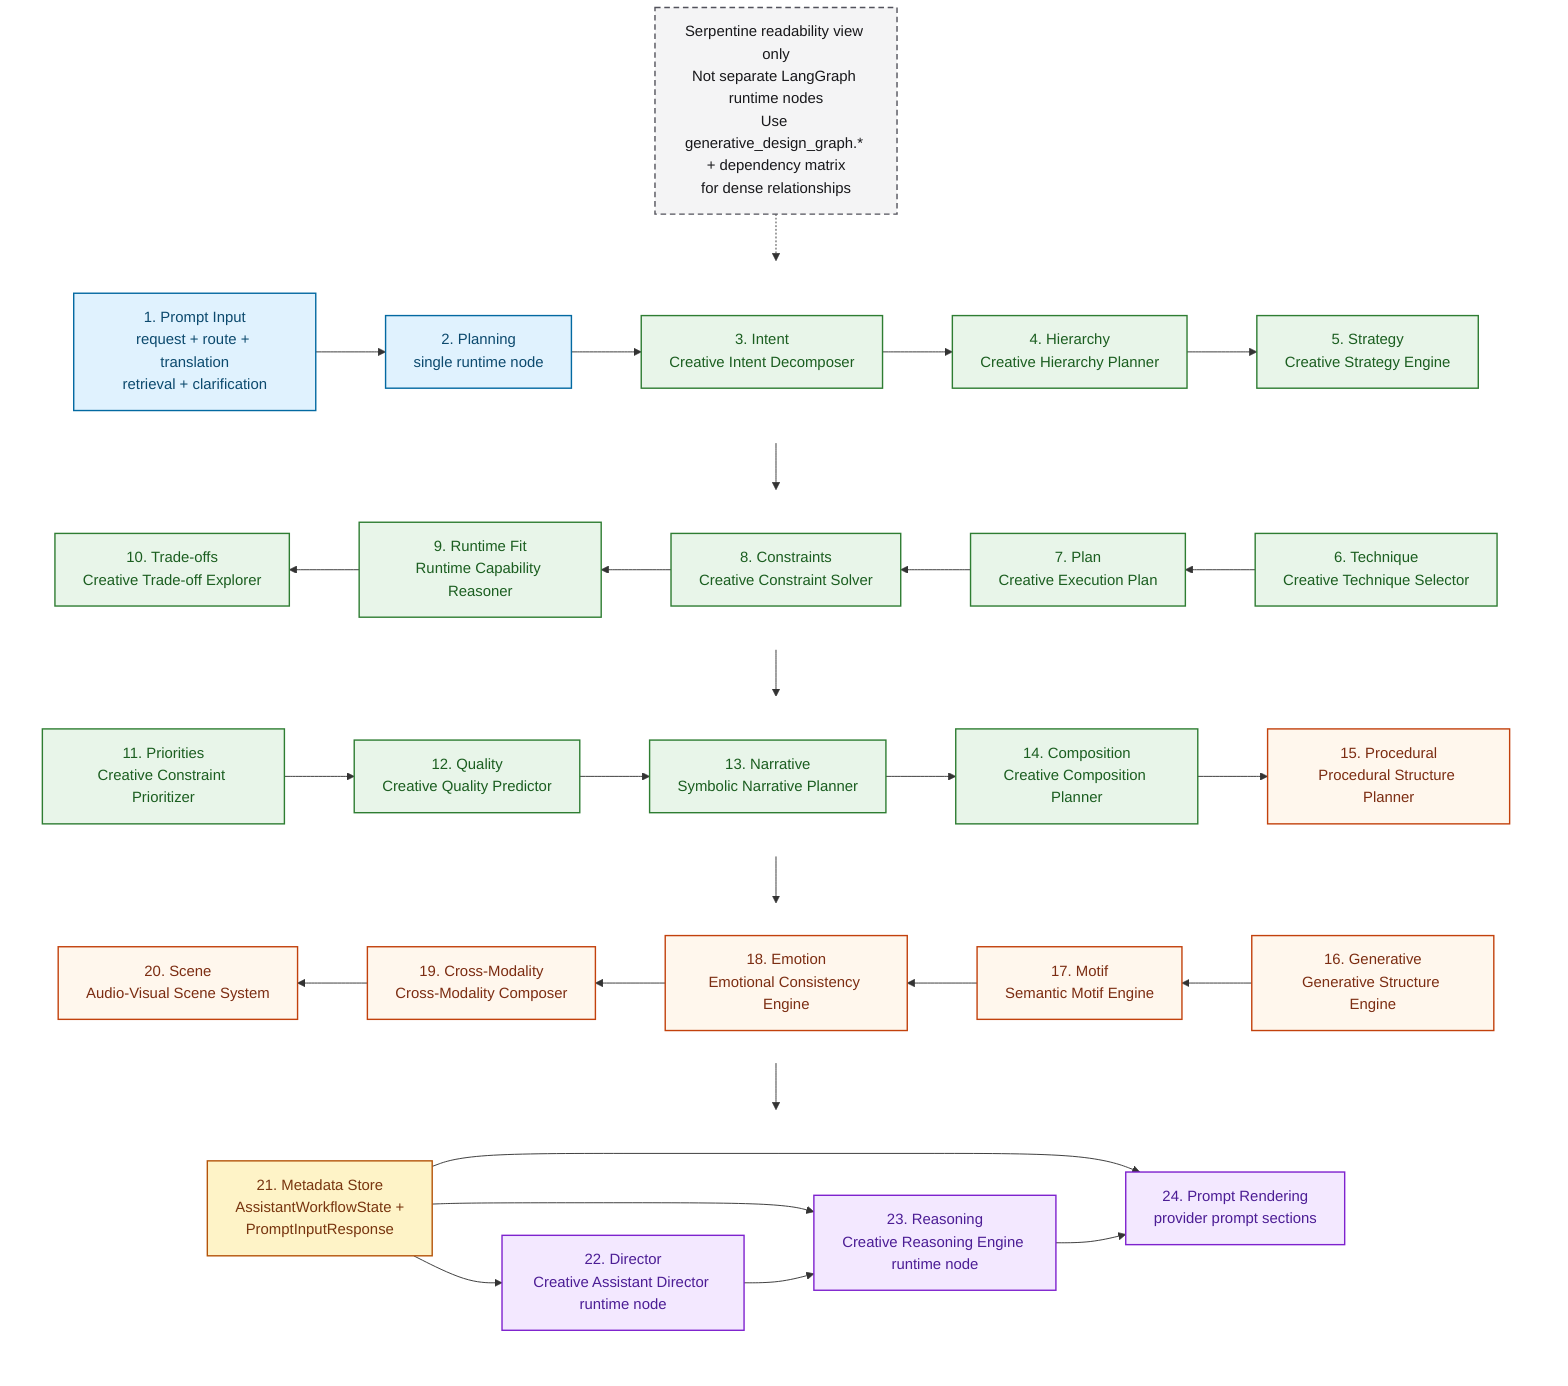
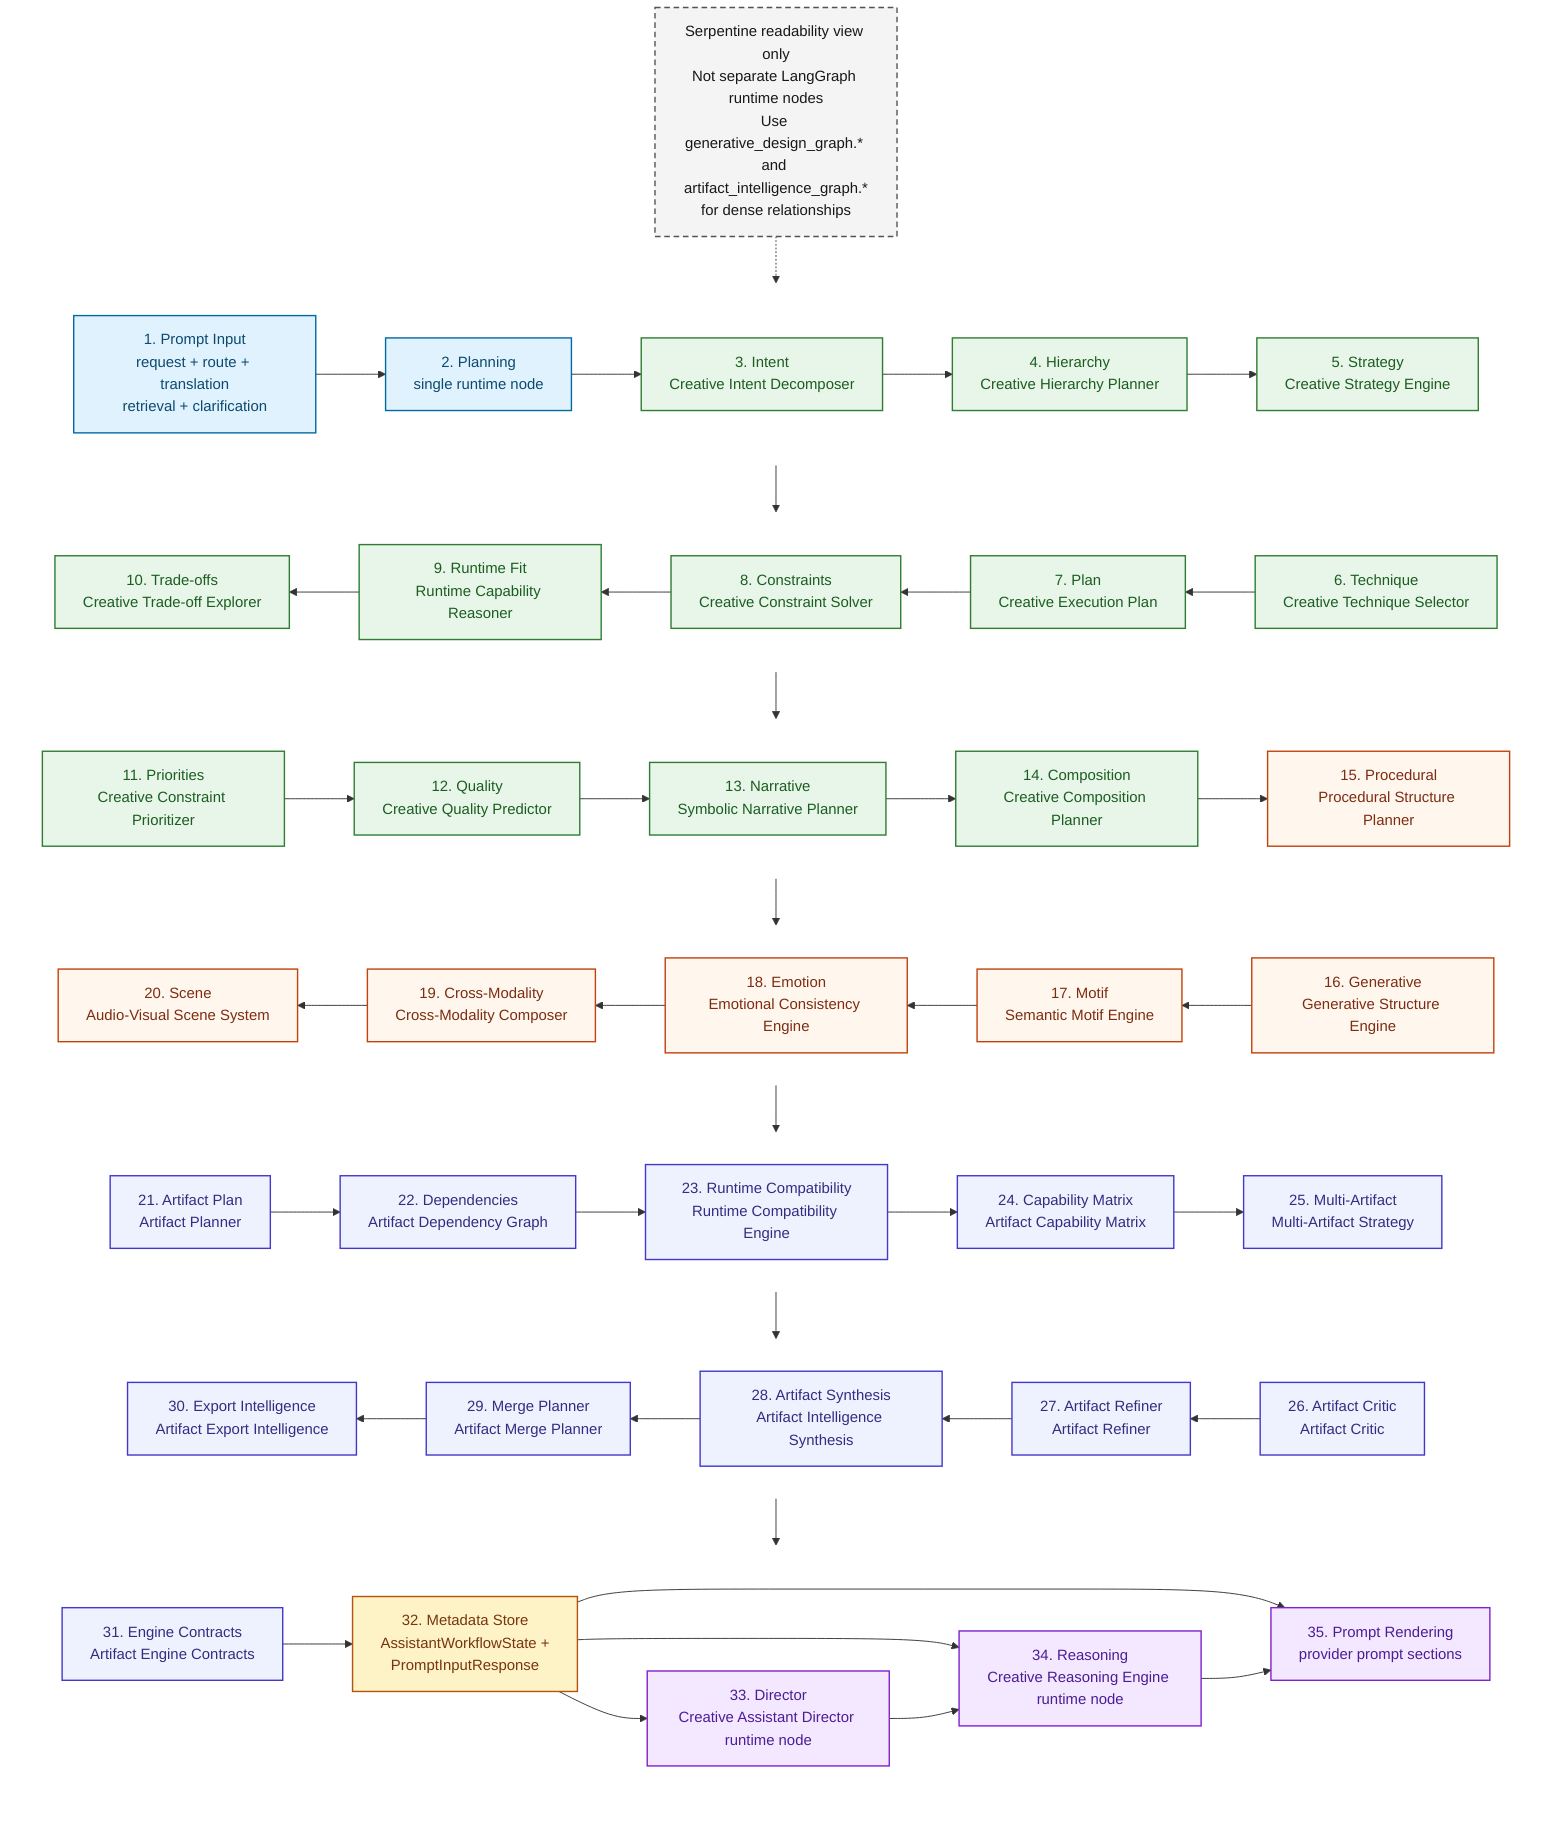
flowchart TB
    classDef runtime fill:#E0F2FE,stroke:#0369A1,color:#0C4A6E,stroke-width:1.5px;
    classDef cognition fill:#E8F5E9,stroke:#2E7D32,color:#1B5E20,stroke-width:1.5px;
    classDef design fill:#FFF7ED,stroke:#C2410C,color:#7C2D12,stroke-width:1.5px;
+     classDef artifact fill:#EEF2FF,stroke:#4338CA,color:#312E81,stroke-width:1.5px;
    classDef store fill:#FEF3C7,stroke:#B45309,color:#78350F,stroke-width:1.5px;
    classDef consumer fill:#F3E8FF,stroke:#7E22CE,color:#4C1D95,stroke-width:1.5px;
    classDef note fill:#F4F4F5,stroke:#52525B,color:#18181B,stroke-width:1.5px,stroke-dasharray: 6 4;

    subgraph row_1[" "]
        direction LR
        prompt_input["1. Prompt Input<br/>request + route + translation<br/>retrieval + clarification"]:::runtime
        planning["2. Planning<br/>single runtime node"]:::runtime
        intent["3. Intent<br/>Creative Intent Decomposer"]:::cognition
        hierarchy["4. Hierarchy<br/>Creative Hierarchy Planner"]:::cognition
        strategy["5. Strategy<br/>Creative Strategy Engine"]:::cognition
    end

    subgraph row_2[" "]
        direction RL
        techniques["6. Technique<br/>Creative Technique Selector"]:::cognition
        plan["7. Plan<br/>Creative Execution Plan"]:::cognition
        constraints["8. Constraints<br/>Creative Constraint Solver"]:::cognition
        runtime_reasoner["9. Runtime Fit<br/>Runtime Capability Reasoner"]:::cognition
        tradeoffs["10. Trade-offs<br/>Creative Trade-off Explorer"]:::cognition
    end

    subgraph row_3[" "]
        direction LR
        priorities["11. Priorities<br/>Creative Constraint Prioritizer"]:::cognition
        quality["12. Quality<br/>Creative Quality Predictor"]:::cognition
        narrative["13. Narrative<br/>Symbolic Narrative Planner"]:::cognition
        composition["14. Composition<br/>Creative Composition Planner"]:::cognition
        procedural["15. Procedural<br/>Procedural Structure Planner"]:::design
    end

    subgraph row_4[" "]
        direction RL
        generative["16. Generative<br/>Generative Structure Engine"]:::design
        motif["17. Motif<br/>Semantic Motif Engine"]:::design
        emotion["18. Emotion<br/>Emotional Consistency Engine"]:::design
        cross["19. Cross-Modality<br/>Cross-Modality Composer"]:::design
        scene["20. Scene<br/>Audio-Visual Scene System"]:::design
    end

    subgraph row_5[" "]
        direction LR
-         metadata_store["21. Metadata Store<br/>AssistantWorkflowState +<br/>PromptInputResponse"]:::store
-         director["22. Director<br/>Creative Assistant Director runtime node"]:::consumer
-         reasoning["23. Reasoning<br/>Creative Reasoning Engine runtime node"]:::consumer
-         prompt_rendering["24. Prompt Rendering<br/>provider prompt sections"]:::consumer
+         artifact_plan["21. Artifact Plan<br/>Artifact Planner"]:::artifact
+         dependency["22. Dependencies<br/>Artifact Dependency Graph"]:::artifact
+         compatibility["23. Runtime Compatibility<br/>Runtime Compatibility Engine"]:::artifact
+         capability["24. Capability Matrix<br/>Artifact Capability Matrix"]:::artifact
+         artifact_strategy["25. Multi-Artifact<br/>Multi-Artifact Strategy"]:::artifact
    end

-     note["Serpentine readability view only<br/>Not separate LangGraph runtime nodes<br/>Use generative_design_graph.* + dependency matrix<br/>for dense relationships"]:::note
+     subgraph row_6[" "]
+         direction RL
+         artifact_critic["26. Artifact Critic<br/>Artifact Critic"]:::artifact
+         artifact_refiner["27. Artifact Refiner<br/>Artifact Refiner"]:::artifact
+         artifact_synthesis["28. Artifact Synthesis<br/>Artifact Intelligence Synthesis"]:::artifact
+         merge_planner["29. Merge Planner<br/>Artifact Merge Planner"]:::artifact
+         export_intelligence["30. Export Intelligence<br/>Artifact Export Intelligence"]:::artifact
+     end
+ 
+     subgraph row_7[" "]
+         direction LR
+         contracts["31. Engine Contracts<br/>Artifact Engine Contracts"]:::artifact
+         metadata_store["32. Metadata Store<br/>AssistantWorkflowState +<br/>PromptInputResponse"]:::store
+         director["33. Director<br/>Creative Assistant Director runtime node"]:::consumer
+         reasoning["34. Reasoning<br/>Creative Reasoning Engine runtime node"]:::consumer
+         prompt_rendering["35. Prompt Rendering<br/>provider prompt sections"]:::consumer
+     end
+ 
+     note["Serpentine readability view only<br/>Not separate LangGraph runtime nodes<br/>Use generative_design_graph.* and artifact_intelligence_graph.*<br/>for dense relationships"]:::note

    prompt_input --> planning --> intent --> hierarchy --> strategy
    strategy --> techniques --> plan --> constraints --> runtime_reasoner --> tradeoffs
    tradeoffs --> priorities --> quality --> narrative --> composition --> procedural
    procedural --> generative --> motif --> emotion --> cross --> scene
-     scene --> metadata_store
+     scene --> artifact_plan --> dependency --> compatibility --> capability --> artifact_strategy
+     artifact_strategy --> artifact_critic --> artifact_refiner --> artifact_synthesis --> merge_planner --> export_intelligence
+     export_intelligence --> contracts --> metadata_store
    metadata_store --> director
    metadata_store --> reasoning
    metadata_store --> prompt_rendering
    director --> reasoning --> prompt_rendering
    note -.-> planning

    style row_1 fill:none,stroke:none
    style row_2 fill:none,stroke:none
    style row_3 fill:none,stroke:none
    style row_4 fill:none,stroke:none
    style row_5 fill:none,stroke:none
+     style row_6 fill:none,stroke:none
+     style row_7 fill:none,stroke:none
